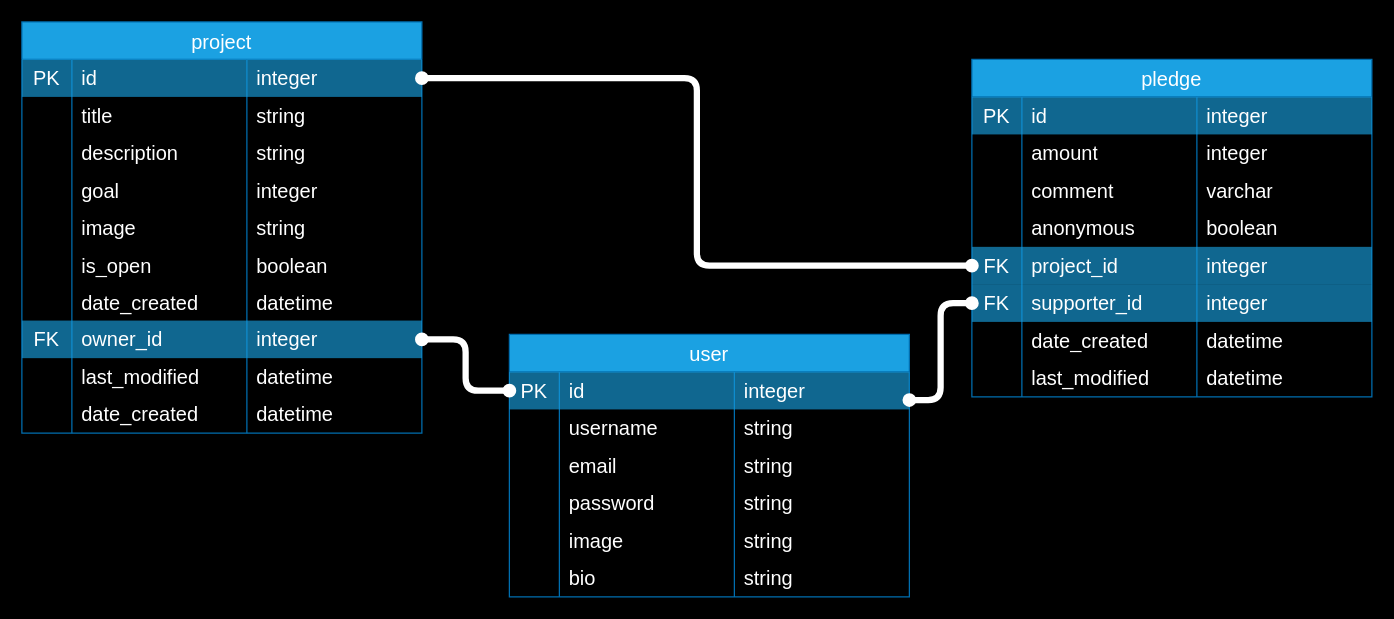
Earlier version of the draw.io diagram images/DatabaseSchema_updates.drawio (rosiemaguire/Django-crowd-funding-project). Source tidied: cells renumbered, new cells numbered last; positions are measured from the earlier drawing's top-left corner, leaving out a move shared by most shapes. Both pictures are drawn from the tidied source at 125%, with x=0, y=0 at pixel (21, 21).
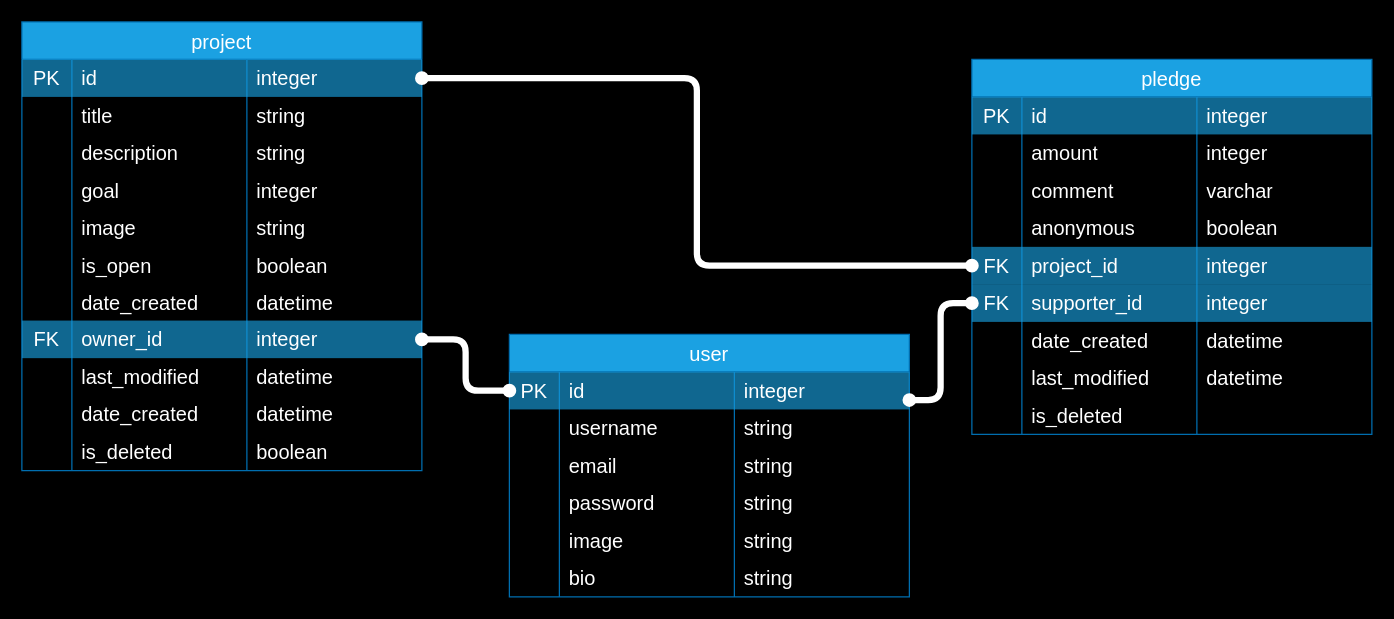
The same page after the edit.

What changed in the source:
```diff
@@
     <mxCell id="2" value="project" style="shape=table;startSize=30;childLayout=tableLayout;rowLines=0;fontStyle=0;strokeColor=#006EAF;fontSize=16;fillColor=#1ba1e2;fillStyle=auto;fontColor=#ffffff;" parent="1" vertex="1">
-      <mxGeometry width="320" height="329" as="geometry" />
+      <mxGeometry width="320" height="359" as="geometry" />
     </mxCell>
@@
+    <mxCell id="104" style="shape=tableRow;horizontal=0;startSize=0;swimlaneHead=0;swimlaneBody=0;top=0;left=0;bottom=0;right=0;fillColor=none;strokeColor=#001DBC;fontSize=16;fontColor=#FFFFFF;opacity=40;" parent="2" vertex="1">
+      <mxGeometry y="329" width="320" height="30" as="geometry" />
+    </mxCell>
+    <mxCell id="105" style="shape=partialRectangle;html=1;whiteSpace=wrap;fillColor=none;top=0;left=0;bottom=0;right=0;overflow=hidden;strokeColor=inherit;fontSize=16;fontColor=#FFFFFF;" parent="104" vertex="1">
+      <mxGeometry width="40" height="30" as="geometry" />
+    </mxCell>
+    <mxCell id="106" value="is_deleted" style="shape=partialRectangle;html=1;whiteSpace=wrap;fillColor=none;top=0;left=0;bottom=0;right=0;align=left;spacingLeft=6;overflow=hidden;strokeColor=inherit;fontSize=16;fontColor=#FFFFFF;" parent="104" vertex="1">
+      <mxGeometry x="40" width="140" height="30" as="geometry" />
+    </mxCell>
+    <mxCell id="107" value="boolean" style="shape=partialRectangle;html=1;whiteSpace=wrap;fillColor=none;top=0;left=0;bottom=0;right=0;align=left;spacingLeft=6;overflow=hidden;strokeColor=inherit;fontSize=16;fontColor=#FFFFFF;" parent="104" vertex="1">
+      <mxGeometry x="180" width="140" height="30" as="geometry" />
+    </mxCell>
     <mxCell id="43" value="pledge" style="shape=table;startSize=30;childLayout=tableLayout;rowLines=0;fontStyle=0;strokeColor=#006EAF;fontSize=16;fillColor=#1ba1e2;fontColor=#ffffff;labelBorderColor=none;" parent="1" vertex="1">
-      <mxGeometry x="760" y="30" width="320" height="270" as="geometry" />
+      <mxGeometry x="760" y="30" width="320" height="300" as="geometry" />
     </mxCell>
@@
+    <mxCell id="108" style="shape=tableRow;horizontal=0;startSize=0;swimlaneHead=0;swimlaneBody=0;top=0;left=0;bottom=0;right=0;fillColor=none;strokeColor=inherit;fontSize=16;" parent="43" vertex="1">
+      <mxGeometry y="270" width="320" height="30" as="geometry" />
+    </mxCell>
+    <mxCell id="109" style="shape=partialRectangle;html=1;whiteSpace=wrap;fillColor=none;top=0;left=0;bottom=0;right=0;overflow=hidden;strokeColor=#001DBC;fontSize=16;fontColor=#FFFFFF;opacity=40;" parent="108" vertex="1">
+      <mxGeometry width="40" height="30" as="geometry" />
+    </mxCell>
+    <mxCell id="110" value="is_deleted" style="shape=partialRectangle;html=1;whiteSpace=wrap;fillColor=none;top=0;left=0;bottom=0;right=0;align=left;spacingLeft=6;overflow=hidden;strokeColor=#001DBC;fontSize=16;fontColor=#FFFFFF;opacity=40;" parent="108" vertex="1">
+      <mxGeometry x="40" width="140" height="30" as="geometry" />
+    </mxCell>
+    <mxCell id="111" style="shape=partialRectangle;html=1;whiteSpace=wrap;fillColor=none;top=0;left=0;bottom=0;right=0;align=left;spacingLeft=6;overflow=hidden;strokeColor=#001DBC;fontSize=16;fontColor=#FFFFFF;opacity=40;" parent="108" vertex="1">
+      <mxGeometry x="180" width="140" height="30" as="geometry" />
+    </mxCell>
```
